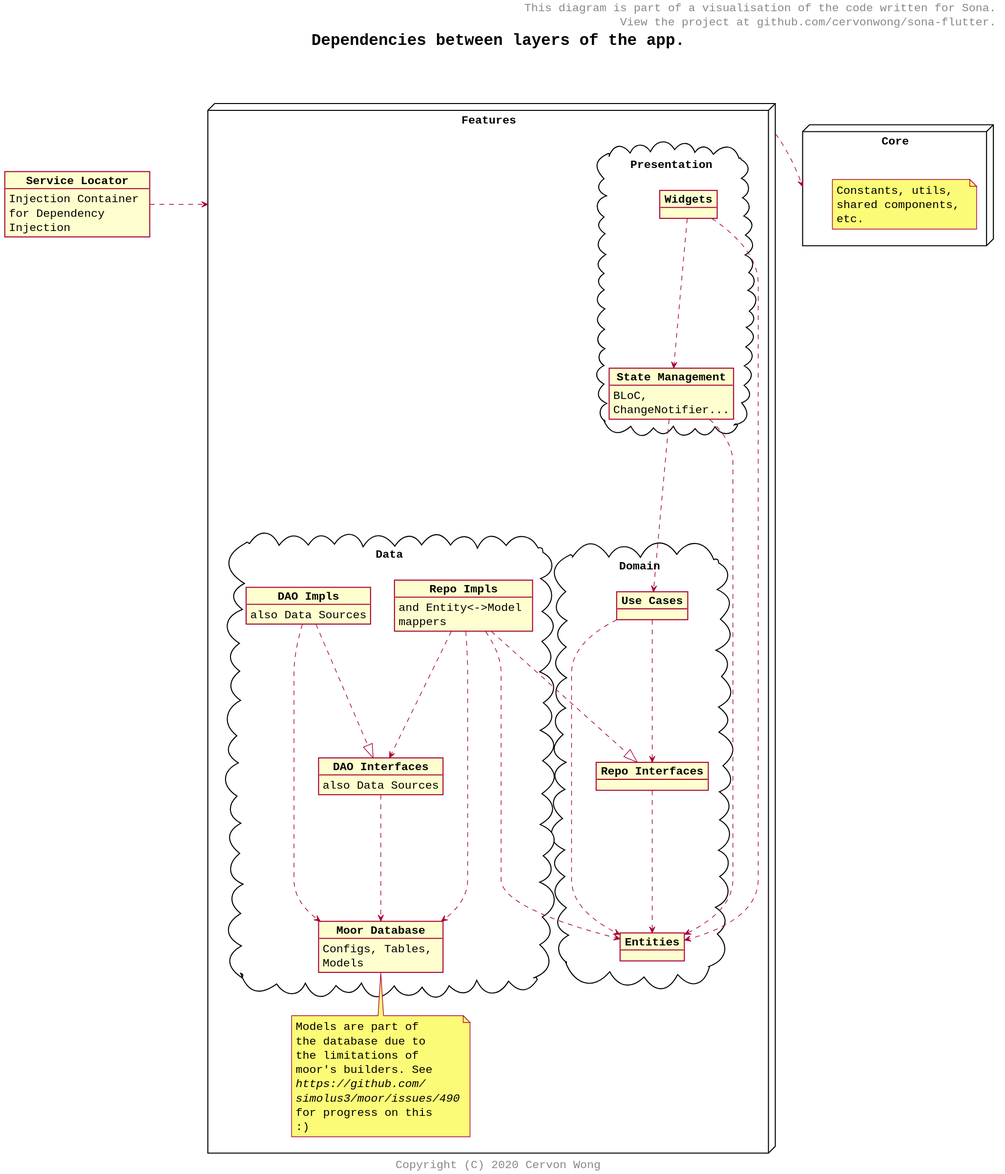
cervonwong/sona-flutter keeps this PlantUML diagram as puml/architecture_dependencies.svg. Above is the earlier version.
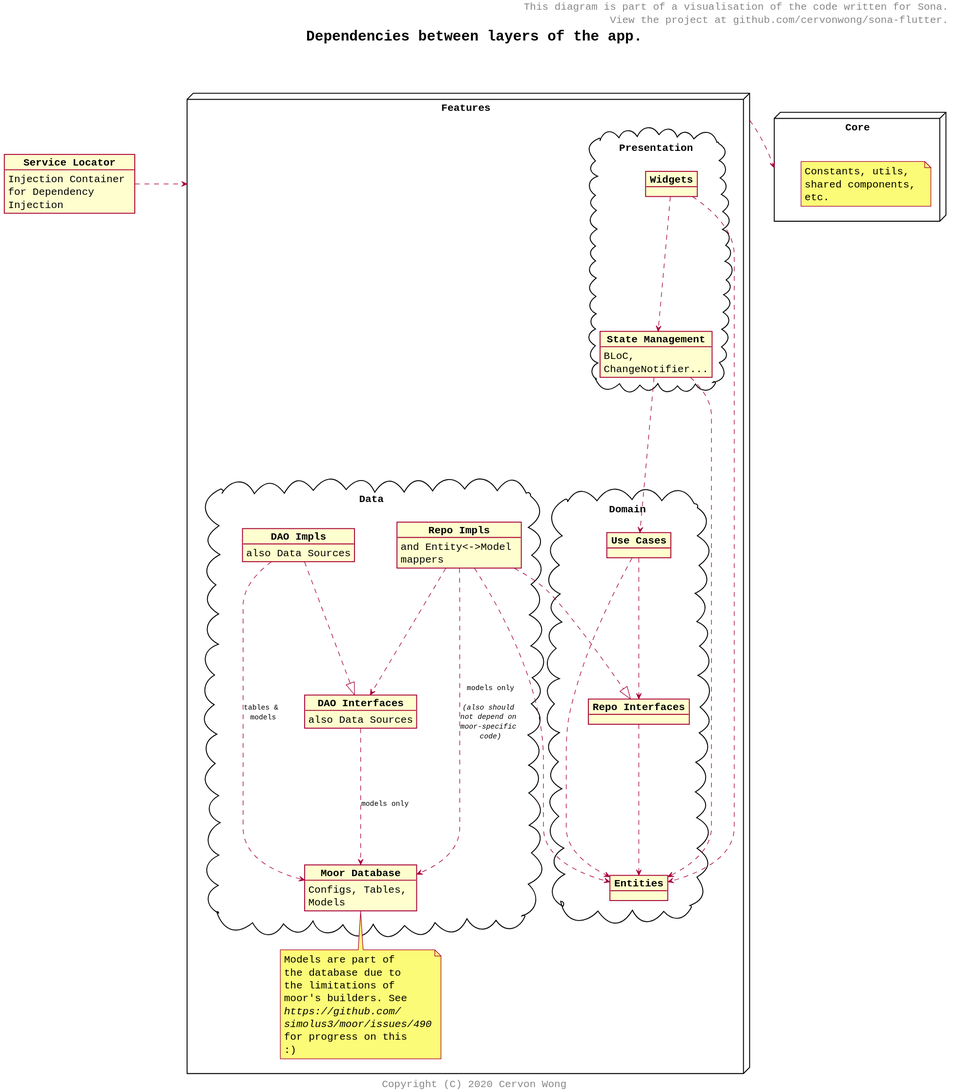
Later version of the same file.

Commit message:
Docs(puml): Clarify specific dependency on moor database for future separation

What changed in the source:
```diff
@@ -67,11 +67,11 @@
 ir ....>  e
 ri ....|> ir
 ri ....>  id
-ri ....>  db
+ri ....>  db : models only\n\n<i>(also should not depend on moor-specific code)
 ri ....>  e
-di ....>  db
+di ....>  db : tables & models
 di ....|> id
-id ....> db
+id ....>  db : models only
 
 sl .> Features : \t
 Features .> Core : \t
```
